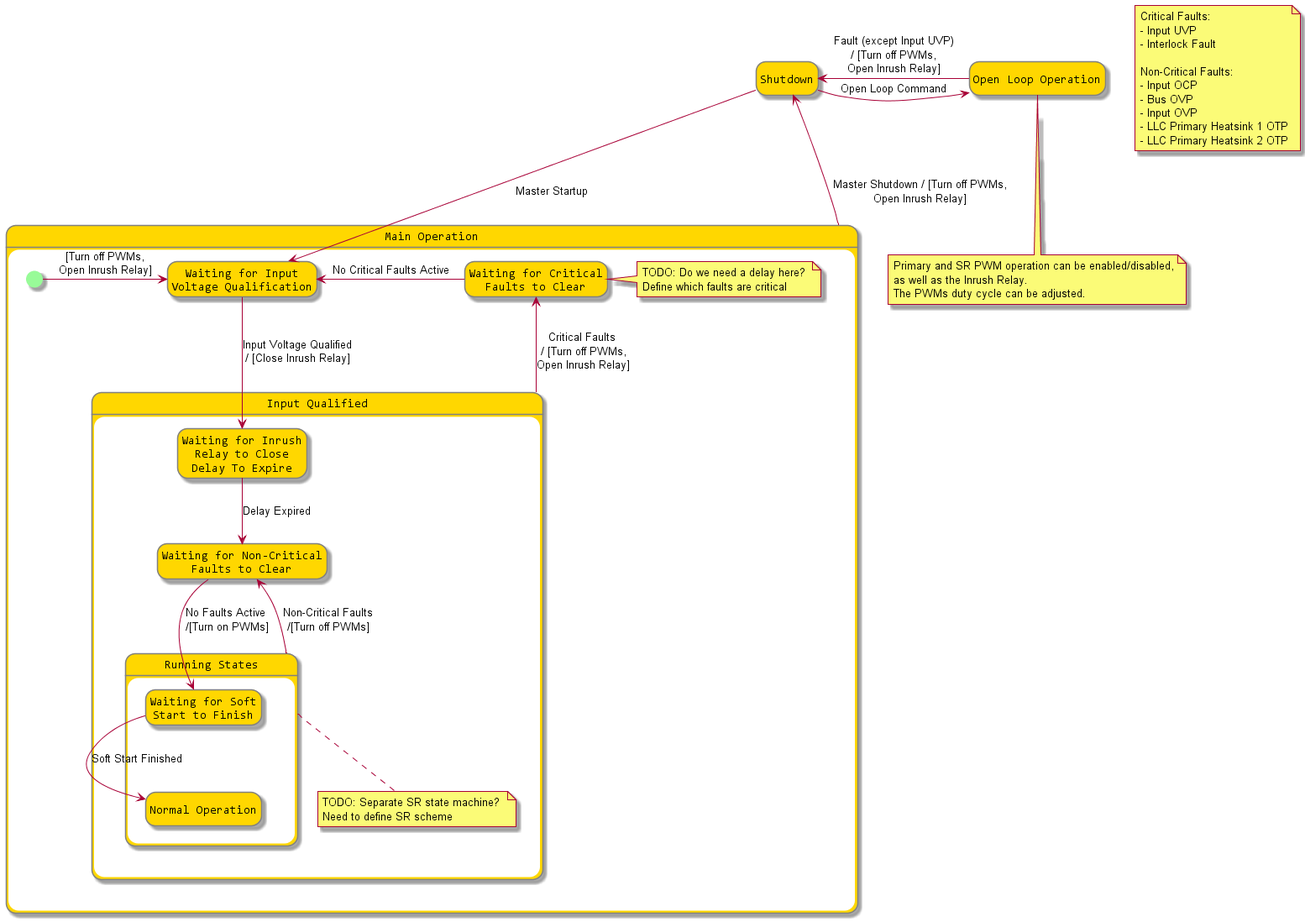
Before: Documents/State Machine Diagram/LV_HV_DCDC_StateMachine.png, a diagram exported from PlantUML (gdgly/V3.0-HV-LV-DCDC). The source it was exported from:
```plantuml
@startuml
hide empty description

skinparam state {
    StartColor PaleGreen
    EndColor Red
    BackgroundColor Gold
    BackgroundColor<<Junction>> GreenYellow
    BorderColor Gray
    FontName Consolas
}


state "Open Loop Operation" as OpenLoop
Shutdown -left-> OpenLoop: Open Loop Command
OpenLoop -left-> Shutdown: Fault (except Input UVP)\n/ [Turn off PWMs,\nOpen Inrush Relay]

note bottom of OpenLoop
	Primary and SR PWM operation can be enabled/disabled,
	as well as the Inrush Relay.
	The PWMs duty cycle can be adjusted.
end note


state "Main Operation" as MainOperation {
	state "Waiting for Input\nVoltage Qualification" as InputQualification
	state "Waiting for Critical\nFaults to Clear" as CriticalFaults

	[*] -right-> InputQualification : [Turn off PWMs,\nOpen Inrush Relay]

	state "Input Qualified" as InputQualified {

		state "Waiting for Non-Critical\nFaults to Clear" as StandBy
		state "Waiting for Inrush\nRelay to Close\nDelay To Expire" as RelayClose


		Shutdown -down-> InputQualification : Master Startup

		InputQualification -down-> RelayClose : Input Voltage Qualified\n/ [Close Inrush Relay]
		RelayClose -down-> StandBy : Delay Expired

		state "Running States" as RunningStates {
			state "Waiting for Soft\nStart to Finish" as SoftStart
			state "Normal Operation" as Normal

			StandBy -down-> SoftStart : No Faults Active \n/[Turn on PWMs]
			SoftStart -down-> Normal : Soft Start Finished
		}

		note bottom of RunningStates : TODO: Separate SR state machine? \nNeed to define SR scheme

		RunningStates -up-> StandBy : Non-Critical Faults\n/[Turn off PWMs]
	}


	CriticalFaults -left-> InputQualification : No Critical Faults Active

	InputQualified -left-> CriticalFaults : Critical Faults \n/ [Turn off PWMs,\nOpen Inrush Relay]

	note right of CriticalFaults : TODO: Do we need a delay here? \nDefine which faults are critical
}

MainOperation -up-> Shutdown : Master Shutdown / [Turn off PWMs,\nOpen Inrush Relay]


note as N1
	Critical Faults:
	- Input UVP
	- Interlock Fault

	Non-Critical Faults:
	- Input OCP
	- Bus OVP
	- Input OVP
	- LLC Primary Heatsink 1 OTP
	- LLC Primary Heatsink 2 OTP
end note

@enduml
```
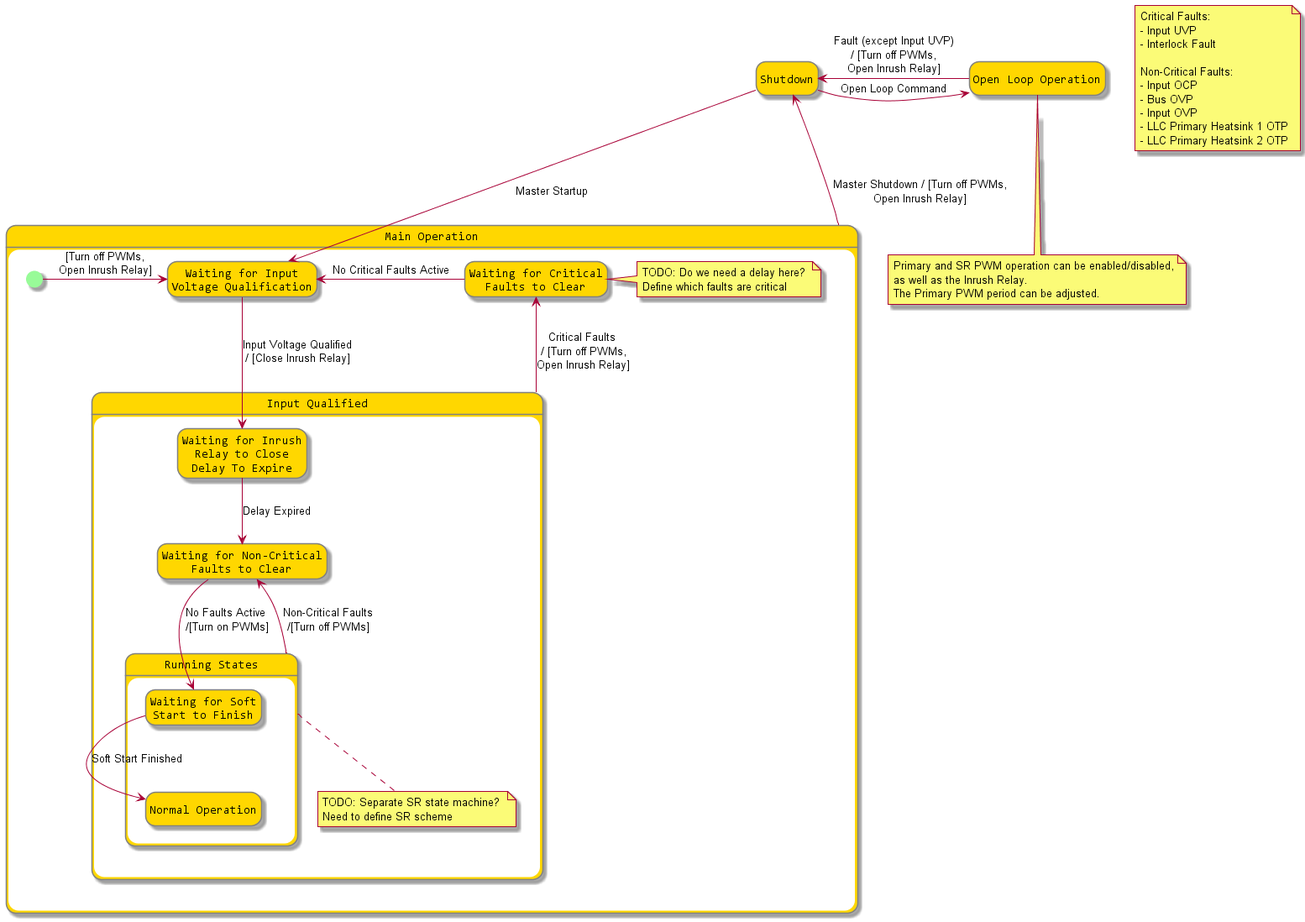
The same diagram one commit later.

Commit message:
Update state machine diagrams

The edit, as a diff of the source:
```diff
@@ -18,7 +18,7 @@
 note bottom of OpenLoop
 	Primary and SR PWM operation can be enabled/disabled,
 	as well as the Inrush Relay.
-	The PWMs duty cycle can be adjusted.
+	The Primary PWM period can be adjusted.
 end note
 
 
```
